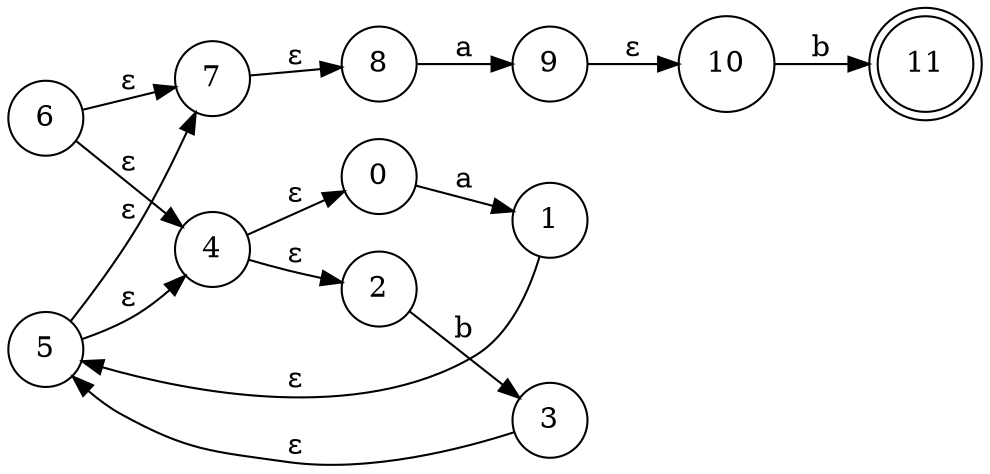
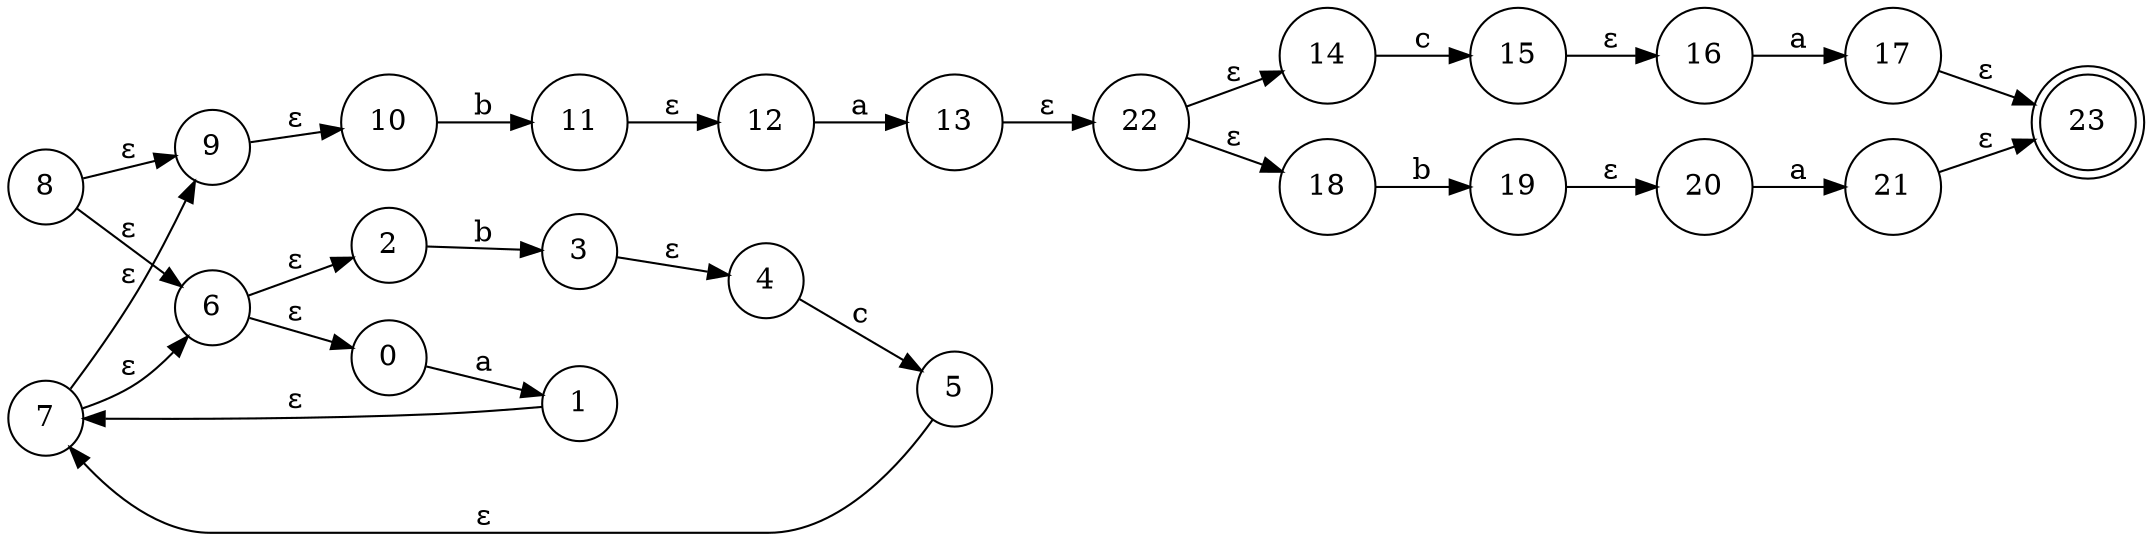
digraph NFA {
    rankdir=LR;
-     node [shape = doublecircle]; 11;
+     node [shape = doublecircle]; 23;
    node [shape = circle];
    0 -> 1 [label="a"];
    2 -> 3 [label="b"];
-     4 -> 0 [label="ε"];
-     4 -> 2 [label="ε"];
-     1 -> 5 [label="ε"];
-     3 -> 5 [label="ε"];
-     6 -> 4 [label="ε"];
-     6 -> 7 [label="ε"];
-     5 -> 4 [label="ε"];
+     4 -> 5 [label="c"];
+     3 -> 4 [label="ε"];
+     6 -> 0 [label="ε"];
+     6 -> 2 [label="ε"];
+     1 -> 7 [label="ε"];
    5 -> 7 [label="ε"];
-     8 -> 9 [label="a"];
-     7 -> 8 [label="ε"];
+     8 -> 6 [label="ε"];
+     8 -> 9 [label="ε"];
+     7 -> 6 [label="ε"];
+     7 -> 9 [label="ε"];
    10 -> 11 [label="b"];
+     12 -> 13 [label="a"];
+     11 -> 12 [label="ε"];
+     14 -> 15 [label="c"];
+     16 -> 17 [label="a"];
+     15 -> 16 [label="ε"];
+     18 -> 19 [label="b"];
+     20 -> 21 [label="a"];
+     19 -> 20 [label="ε"];
+     22 -> 14 [label="ε"];
+     22 -> 18 [label="ε"];
+     17 -> 23 [label="ε"];
+     21 -> 23 [label="ε"];
+     13 -> 22 [label="ε"];
    9 -> 10 [label="ε"];
}
